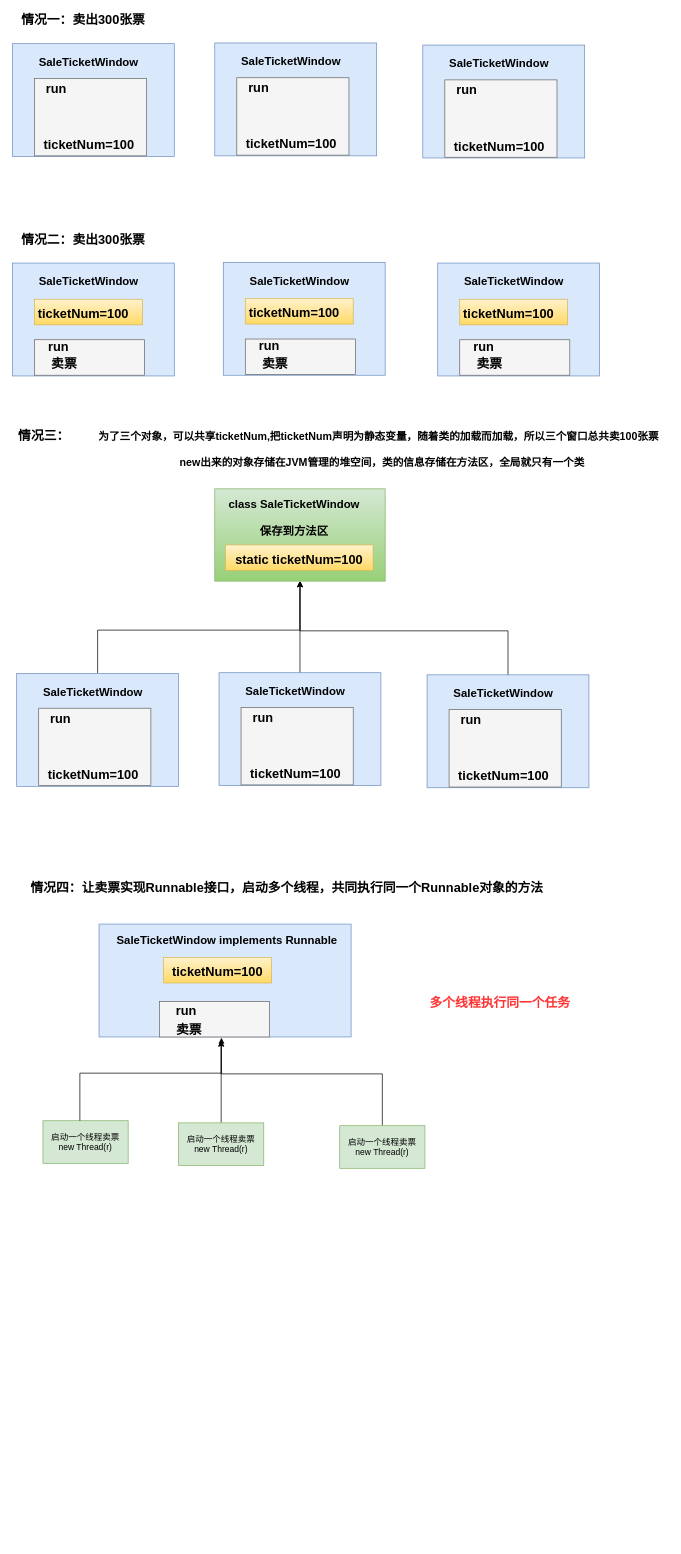
Earlier version of the draw.io diagram page "卖票的线程安全问题" (4 of 4) of JUC并发编程.drawio (pkqzyh/pkqzyh.github.io). Source tidied: cells renumbered, new cells numbered last; positions are measured from the earlier drawing's top-left corner, leaving out a move shared by most shapes. Both pictures are drawn from the tidied source at 71%, with x=0, y=0 at pixel (12, 13).
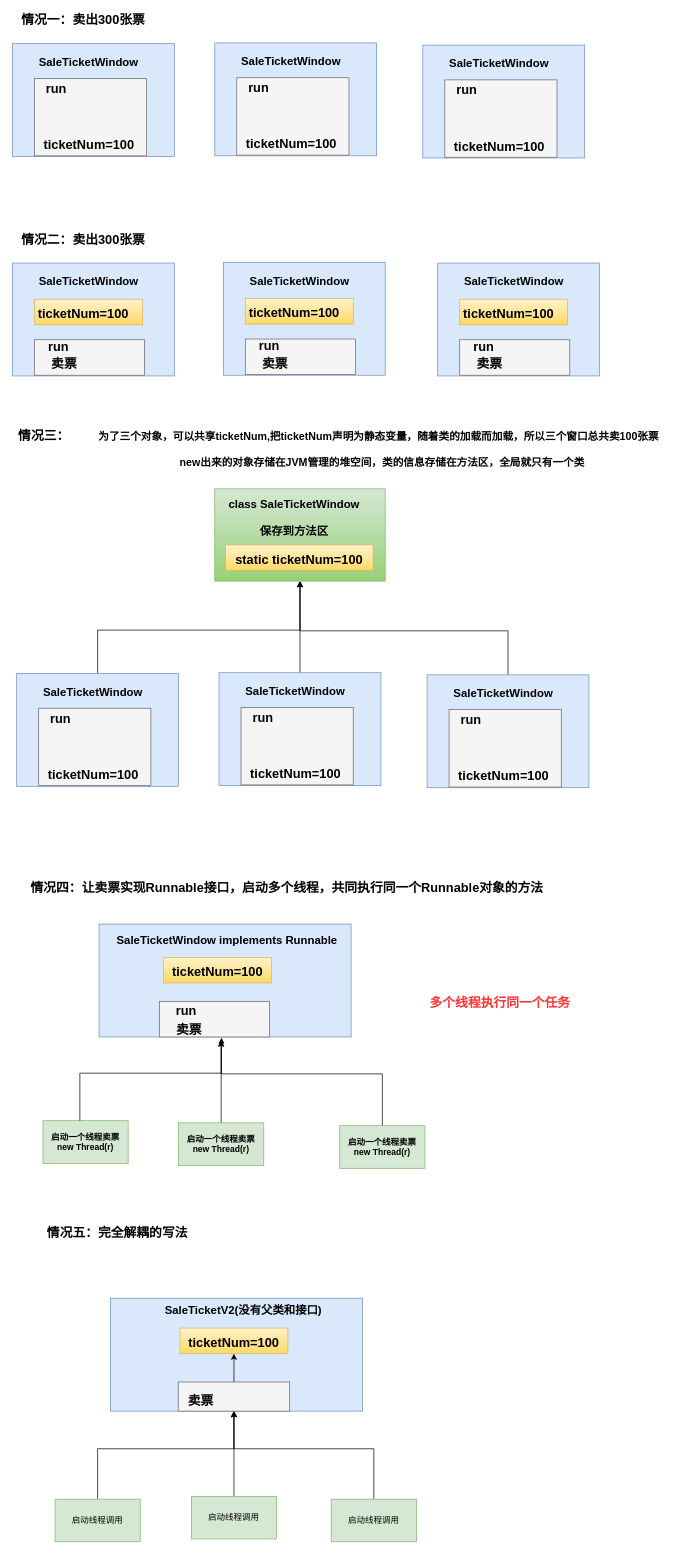
The same diagram, later.

Commit message:
更新JUC并发编程.drawio

What changed in the source:
```diff
@@
-    <mxCell id="74" value="启动一个线程卖票&lt;div&gt;new Thread(r)&lt;/div&gt;" style="rounded=0;whiteSpace=wrap;html=1;fillColor=#d5e8d4;strokeColor=#82b366;" parent="1" vertex="1">
+    <mxCell id="74" value="启动一个线程卖票&lt;div&gt;new Thread(r)&lt;/div&gt;" style="rounded=0;whiteSpace=wrap;html=1;fillColor=#d5e8d4;strokeColor=#82b366;fontStyle=1;" parent="1" vertex="1">
       <mxGeometry x="43" y="1560" width="120" height="60" as="geometry" />
     </mxCell>
@@
-    <mxCell id="76" value="启动一个线程卖票&lt;div&gt;new Thread(r)&lt;/div&gt;" style="rounded=0;whiteSpace=wrap;html=1;fillColor=#d5e8d4;strokeColor=#82b366;" parent="1" vertex="1">
+    <mxCell id="76" value="启动一个线程卖票&lt;div&gt;new Thread(r)&lt;/div&gt;" style="rounded=0;whiteSpace=wrap;html=1;fillColor=#d5e8d4;strokeColor=#82b366;fontStyle=1;" parent="1" vertex="1">
       <mxGeometry x="234" y="1563" width="120" height="60" as="geometry" />
     </mxCell>
@@
-    <mxCell id="78" value="启动一个线程卖票&lt;div&gt;new Thread(r)&lt;/div&gt;" style="rounded=0;whiteSpace=wrap;html=1;fillColor=#d5e8d4;strokeColor=#82b366;" parent="1" vertex="1">
+    <mxCell id="78" value="启动一个线程卖票&lt;div&gt;new Thread(r)&lt;/div&gt;" style="rounded=0;whiteSpace=wrap;html=1;fillColor=#d5e8d4;strokeColor=#82b366;fontStyle=1;" parent="1" vertex="1">
       <mxGeometry x="461" y="1567" width="120" height="60" as="geometry" />
     </mxCell>
@@
+    <mxCell id="81" value="&lt;b&gt;&lt;font style=&quot;font-size: 18px;&quot;&gt;情况五：完全解耦的写法&lt;/font&gt;&lt;/b&gt;" style="text;html=1;align=center;verticalAlign=middle;whiteSpace=wrap;rounded=0;" parent="1" vertex="1">
+      <mxGeometry x="32" y="1712" width="232" height="12" as="geometry" />
+    </mxCell>
+    <mxCell id="82" style="rounded=0;whiteSpace=wrap;html=1;fillColor=#dae8fc;strokeColor=#6c8ebf;" parent="1" vertex="1">
+      <mxGeometry x="138" y="1810" width="355" height="159" as="geometry" />
+    </mxCell>
+    <mxCell id="83" value="&lt;b style=&quot;font-size: 16px;&quot;&gt;SaleTicketV2(没有父类和接口)&lt;/b&gt;" style="text;html=1;align=center;verticalAlign=middle;whiteSpace=wrap;rounded=0;" parent="1" vertex="1">
+      <mxGeometry x="161" y="1813" width="329" height="28" as="geometry" />
+    </mxCell>
+    <mxCell id="84" style="edgeStyle=orthogonalEdgeStyle;rounded=0;jettySize=auto;html=1;" parent="1" edge="1" source="85" target="88">
+      <mxGeometry relative="1" as="geometry" />
+    </mxCell>
+    <mxCell id="85" style="rounded=0;whiteSpace=wrap;html=1;fillColor=#f5f5f5;strokeColor=#666666;fontColor=#333333;" parent="1" vertex="1">
+      <mxGeometry x="233.5" y="1928" width="157" height="41" as="geometry" />
+    </mxCell>
+    <mxCell id="86" value="&lt;b&gt;&lt;font style=&quot;font-size: 18px;&quot;&gt;卖票&lt;/font&gt;&lt;/b&gt;" style="text;html=1;align=center;verticalAlign=middle;whiteSpace=wrap;rounded=0;" parent="1" vertex="1">
+      <mxGeometry x="231" y="1945" width="69" height="20" as="geometry" />
+    </mxCell>
+    <mxCell id="87" style="rounded=0;whiteSpace=wrap;html=1;fillColor=#fff2cc;strokeColor=#d6b656;gradientColor=#ffd966;" parent="1" vertex="1">
+      <mxGeometry x="236" y="1852" width="152" height="36" as="geometry" />
+    </mxCell>
+    <mxCell id="88" value="&lt;b&gt;&lt;font style=&quot;font-size: 18px;&quot;&gt;ticketNum=100&lt;/font&gt;&lt;/b&gt;" style="text;html=1;align=center;verticalAlign=middle;whiteSpace=wrap;rounded=0;" parent="1" vertex="1">
+      <mxGeometry x="267" y="1858" width="90" height="30" as="geometry" />
+    </mxCell>
+    <mxCell id="89" style="edgeStyle=orthogonalEdgeStyle;rounded=0;jettySize=auto;html=1;entryX=0.5;entryY=1;entryDx=0;entryDy=0;" parent="1" edge="1" source="90" target="85">
+      <mxGeometry relative="1" as="geometry">
+        <Array as="points">
+          <mxPoint x="120" y="2022" />
+          <mxPoint x="312" y="2022" />
+        </Array>
+      </mxGeometry>
+    </mxCell>
+    <mxCell id="90" value="启动线程调用" style="rounded=0;whiteSpace=wrap;html=1;fillColor=#d5e8d4;strokeColor=#82b366;" parent="1" vertex="1">
+      <mxGeometry x="60" y="2093" width="120" height="60" as="geometry" />
+    </mxCell>
+    <mxCell id="91" style="edgeStyle=orthogonalEdgeStyle;rounded=0;jettySize=auto;html=1;entryX=0.5;entryY=1;entryDx=0;entryDy=0;" parent="1" edge="1" source="92" target="85">
+      <mxGeometry relative="1" as="geometry" />
+    </mxCell>
+    <mxCell id="92" value="启动线程调用" style="rounded=0;whiteSpace=wrap;html=1;fillColor=#d5e8d4;strokeColor=#82b366;" parent="1" vertex="1">
+      <mxGeometry x="252" y="2089" width="120" height="60" as="geometry" />
+    </mxCell>
+    <mxCell id="93" style="edgeStyle=orthogonalEdgeStyle;rounded=0;jettySize=auto;html=1;entryX=0.5;entryY=1;entryDx=0;entryDy=0;" parent="1" edge="1" source="94" target="85">
+      <mxGeometry relative="1" as="geometry">
+        <Array as="points">
+          <mxPoint x="509" y="2022" />
+          <mxPoint x="312" y="2022" />
+        </Array>
+      </mxGeometry>
+    </mxCell>
+    <mxCell id="94" value="启动线程调用" style="rounded=0;whiteSpace=wrap;html=1;fillColor=#d5e8d4;strokeColor=#82b366;" parent="1" vertex="1">
+      <mxGeometry x="449" y="2093" width="120" height="60" as="geometry" />
+    </mxCell>
```
